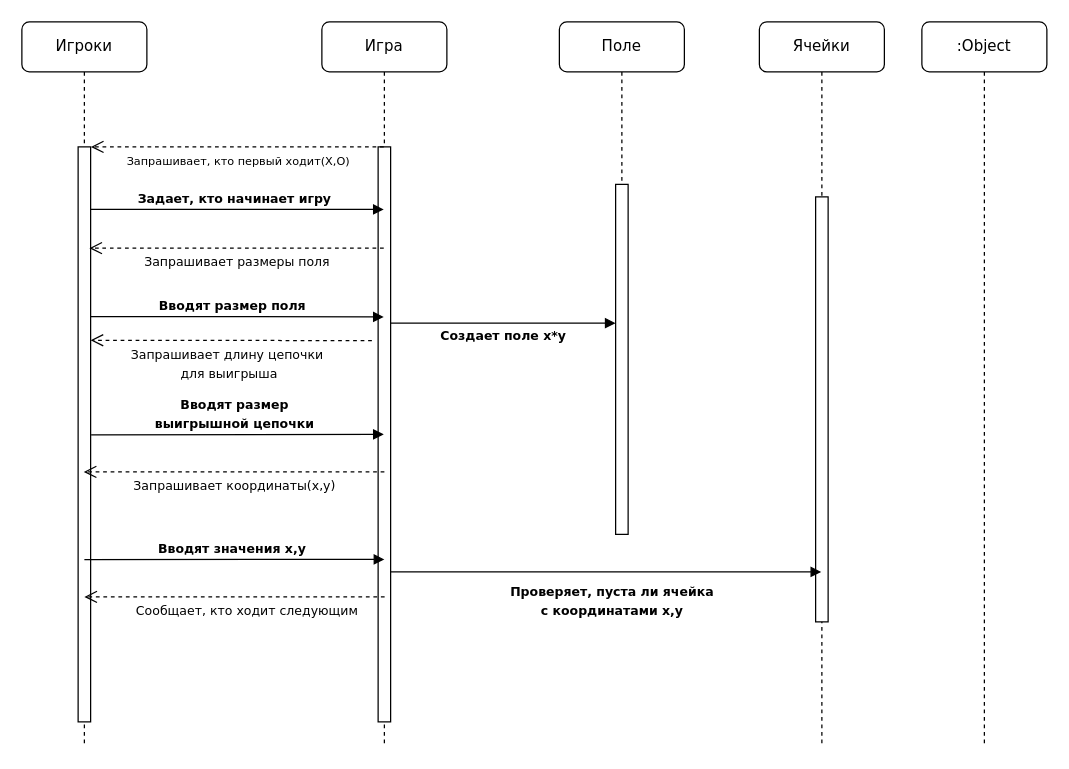
This is 3_3.drawio from tacha7/Asya, a draw.io file, before an edit. Source tidied: cells renumbered, new cells numbered last; positions are measured from the earlier drawing's top-left corner, leaving out a move shared by most shapes. Both pictures are drawn from the tidied source at 125%, with x=0, y=0 at pixel (21, 21).
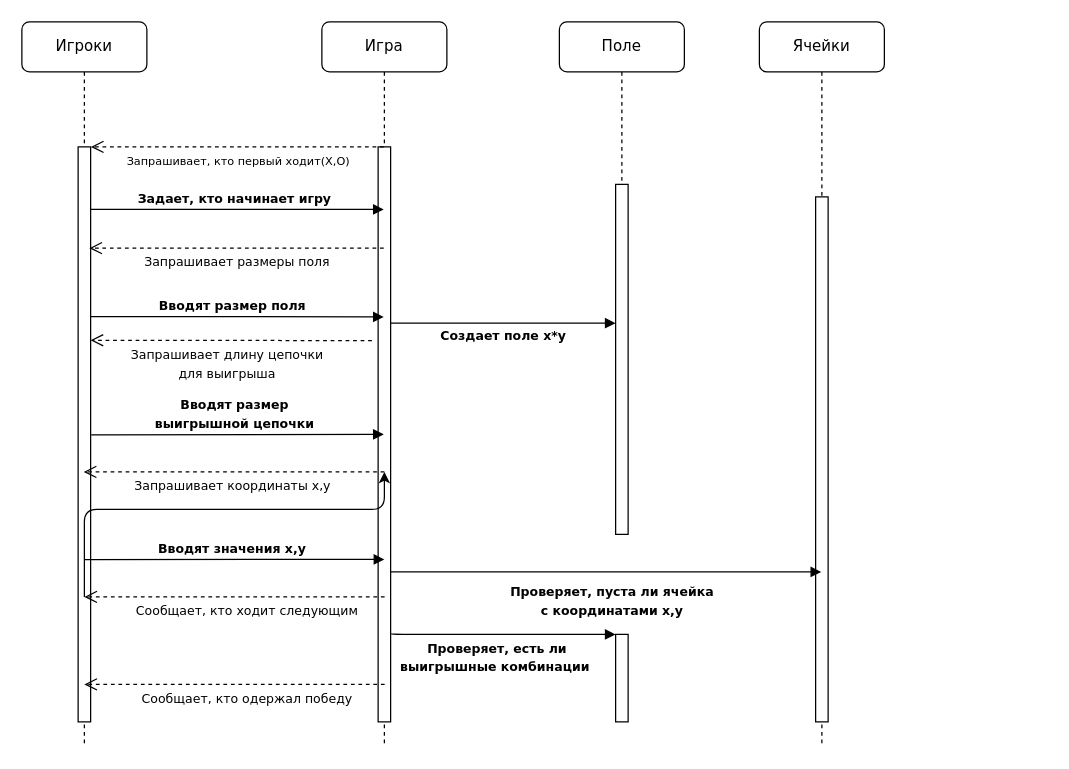
The same page after the edit.

Unchanged cells that the change refers to:
```xml
<mxCell id="6" value="Ячейки" style="shape=umlLifeline;perimeter=lifelinePerimeter;whiteSpace=wrap;html=1;outlineConnect=0;rounded=1;shadow=0;comic=0;labelBackgroundColor=none;strokeWidth=1;fontFamily=Verdana;fontSize=12;align=center;" parent="1" vertex="1">
  <mxGeometry x="590" width="100" height="580" as="geometry" />
</mxCell>
<mxCell id="9" value="Игроки" style="shape=umlLifeline;perimeter=lifelinePerimeter;whiteSpace=wrap;html=1;outlineConnect=0;rounded=1;shadow=0;comic=0;labelBackgroundColor=none;strokeWidth=1;fontFamily=Verdana;fontSize=12;align=center;" parent="1" vertex="1">
  <mxGeometry width="100" height="580" as="geometry" />
</mxCell>
<mxCell id="10" style="html=1;points=[];perimeter=orthogonalPerimeter;rounded=0;shadow=0;comic=0;labelBackgroundColor=none;strokeWidth=1;fontFamily=Verdana;fontSize=12;align=center;" parent="9" vertex="1">
  <mxGeometry x="45" y="100" width="10" height="460" as="geometry" />
</mxCell>
```

What changed in the source:
```diff
@@
     <mxCell id="7" style="html=1;perimeter=orthogonalPerimeter;rounded=0;shadow=0;comic=0;labelBackgroundColor=none;strokeWidth=1;fontFamily=Verdana;fontSize=12;align=center;" parent="6" vertex="1">
-      <mxGeometry x="45" y="140" width="10" height="340" as="geometry" />
+      <mxGeometry x="45" y="140" width="10" height="420" as="geometry" />
     </mxCell>
-    <mxCell id="8" value=":Object" style="shape=umlLifeline;perimeter=lifelinePerimeter;whiteSpace=wrap;html=1;rounded=1;shadow=0;comic=0;labelBackgroundColor=none;strokeWidth=1;fontFamily=Verdana;fontSize=12;align=center;" parent="1" vertex="1">
-      <mxGeometry x="720" width="100" height="580" as="geometry" />
-    </mxCell>
@@
+    <mxCell id="22" style="edgeStyle=elbowEdgeStyle;elbow=vertical;endArrow=classic;html=1;" parent="9" edge="1">
+      <mxGeometry relative="1" as="geometry">
+        <mxPoint x="50" y="460" as="sourcePoint" />
+        <mxPoint x="290" y="360" as="targetPoint" />
+        <Array as="points">
+          <mxPoint x="170" y="390" />
+        </Array>
+      </mxGeometry>
+    </mxCell>
@@
-    <mxCell id="16" value="&lt;font style=&quot;font-size: 10px&quot;&gt;Запрашивает длину цепочки&lt;br&gt;&amp;nbsp;для выигрыша&lt;/font&gt;" style="html=1;verticalAlign=bottom;endArrow=open;dashed=1;endSize=8;labelBackgroundColor=none;fontFamily=Verdana;fontSize=12;edgeStyle=elbowEdgeStyle;elbow=vertical;" parent="1" edge="1" target="10">
+    <mxCell id="16" value="&lt;font style=&quot;font-size: 10px&quot;&gt;Запрашивает длину цепочки&lt;br&gt;&amp;nbsp;для выигрыша&amp;nbsp;&lt;/font&gt;" style="html=1;verticalAlign=bottom;endArrow=open;dashed=1;endSize=8;labelBackgroundColor=none;fontFamily=Verdana;fontSize=12;edgeStyle=elbowEdgeStyle;elbow=vertical;" parent="1" edge="1" target="10">
       <mxGeometry x="0.03" y="35" relative="1" as="geometry">
         <mxPoint x="280" y="255" as="sourcePoint" />
         <Array as="points">
           <mxPoint x="325" y="254.7" />
           <mxPoint x="315" y="254.7" />
           <mxPoint x="355" y="254.7" />
           <mxPoint x="385" y="254.7" />
         </Array>
       </mxGeometry>
     </mxCell>
@@
-    <mxCell id="18" value="&lt;font style=&quot;font-size: 10px&quot;&gt;Запрашивает координаты(x,y)&lt;br&gt;&lt;/font&gt;" style="html=1;verticalAlign=bottom;endArrow=open;dashed=1;endSize=8;labelBackgroundColor=none;fontFamily=Verdana;fontSize=12;edgeStyle=elbowEdgeStyle;elbow=vertical;" parent="1" edge="1" target="9">
+    <mxCell id="18" value="&lt;font style=&quot;font-size: 10px&quot;&gt;Запрашивает координаты x,y&amp;nbsp;&lt;br&gt;&lt;/font&gt;" style="html=1;verticalAlign=bottom;endArrow=open;dashed=1;endSize=8;labelBackgroundColor=none;fontFamily=Verdana;fontSize=12;edgeStyle=elbowEdgeStyle;elbow=vertical;" parent="1" edge="1" target="9">
       <mxGeometry y="20" relative="1" as="geometry">
         <mxPoint x="290" y="360" as="sourcePoint" />
         <Array as="points">
           <mxPoint x="180" y="360" />
           <mxPoint x="325" y="264.7" />
           <mxPoint x="365" y="264.7" />
           <mxPoint x="395" y="264.7" />
         </Array>
       </mxGeometry>
     </mxCell>
@@
+    <mxCell id="23" style="html=1;points=[];perimeter=orthogonalPerimeter;rounded=0;shadow=0;comic=0;labelBackgroundColor=none;strokeWidth=1;fontFamily=Verdana;fontSize=12;align=center;" parent="1" vertex="1">
+      <mxGeometry x="475" y="490" width="10" height="70" as="geometry" />
+    </mxCell>
+    <mxCell id="24" value="&lt;span style=&quot;font-size: 10px&quot;&gt;&lt;b&gt;Проверяет, есть ли &lt;br&gt;выигрышные комбинации&amp;nbsp;&lt;/b&gt;&lt;/span&gt;" style="html=1;verticalAlign=bottom;endArrow=block;labelBackgroundColor=none;fontFamily=Verdana;fontSize=12;edgeStyle=elbowEdgeStyle;elbow=vertical;" parent="1" edge="1" target="23">
+      <mxGeometry x="-0.05" y="-35" relative="1" as="geometry">
+        <mxPoint x="295" y="489" as="sourcePoint" />
+        <Array as="points">
+          <mxPoint x="370" y="490" />
+          <mxPoint x="400" y="479" />
+        </Array>
+      </mxGeometry>
+    </mxCell>
+    <mxCell id="25" value="&lt;font style=&quot;font-size: 10px&quot;&gt;Сообщает, кто одержал победу&lt;br&gt;&lt;/font&gt;" style="html=1;verticalAlign=bottom;endArrow=open;dashed=1;endSize=8;labelBackgroundColor=none;fontFamily=Verdana;fontSize=12;edgeStyle=elbowEdgeStyle;elbow=vertical;" parent="1" edge="1">
+      <mxGeometry x="-0.08" y="20" relative="1" as="geometry">
+        <mxPoint x="290.2" y="530" as="sourcePoint" />
+        <mxPoint x="50" y="530" as="targetPoint" />
+        <Array as="points">
+          <mxPoint x="180.2" y="530" />
+          <mxPoint x="325.2" y="434.7" />
+          <mxPoint x="365.2" y="434.7" />
+          <mxPoint x="395.2" y="434.7" />
+        </Array>
+      </mxGeometry>
+    </mxCell>
```
